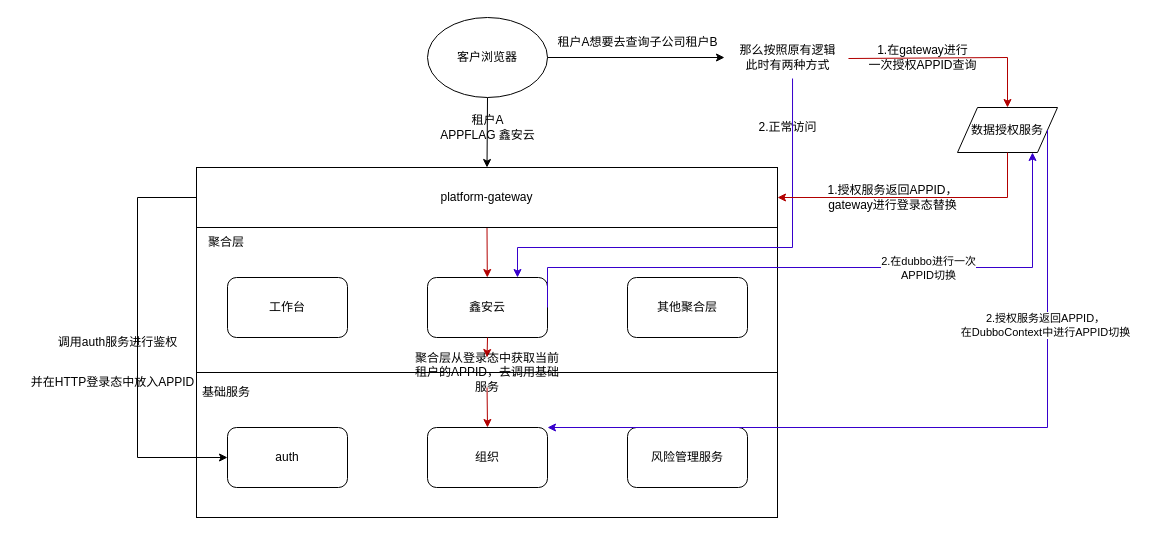
Rain-ziyu/img keeps this draw.io diagram as 两种跨租户跨应用读取数据的方案.drawio. Above is the earlier version. Source tidied: cells renumbered, new cells numbered last; positions are measured from the earlier drawing's top-left corner, leaving out a move shared by most shapes. Both pictures are drawn from the tidied source at 100%, with x=0, y=0 at pixel (17, 17).
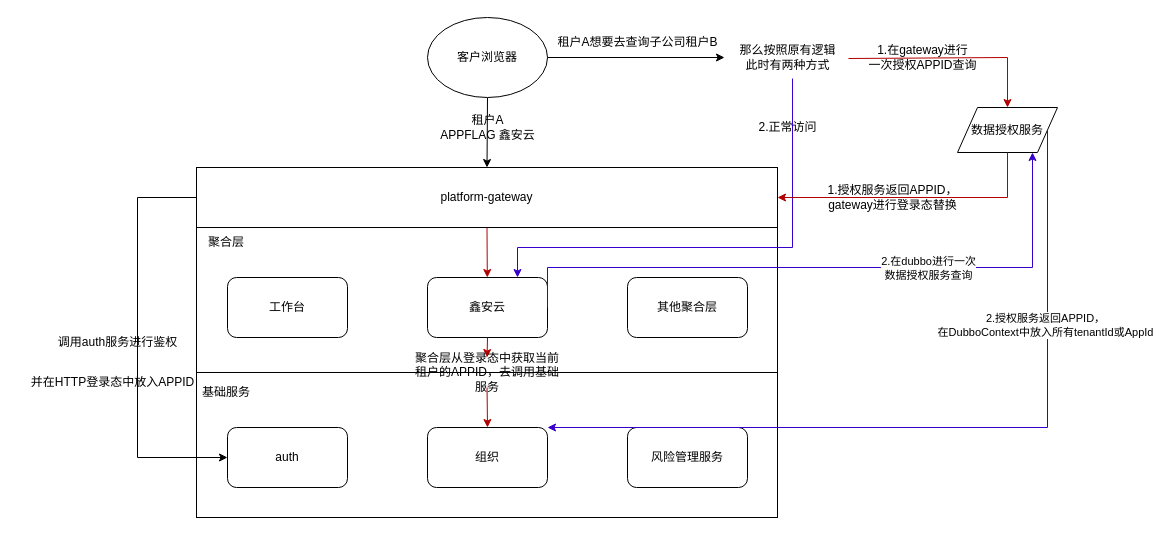
The same diagram, later.

Commit message:
更新两种跨租户跨应用读取数据的方案.drawio

Unchanged cells that the change refers to:
```xml
<mxCell id="34" style="endArrow=classic;html=1;rounded=0;exitX=1;exitY=0.5;exitDx=0;exitDy=0;entryX=0.75;entryY=1;entryDx=0;entryDy=0;fillColor=#6a00ff;strokeColor=#3700CC;" parent="1" edge="1" source="7" target="31">
  <mxGeometry relative="1" as="geometry">
    <Array as="points">
      <mxPoint x="530" y="250" />
      <mxPoint x="1015" y="250" />
    </Array>
  </mxGeometry>
</mxCell>
<mxCell id="36" style="endArrow=classic;html=1;rounded=0;exitX=1;exitY=0.5;exitDx=0;exitDy=0;entryX=1;entryY=0;entryDx=0;entryDy=0;fillColor=#6a00ff;strokeColor=#3700CC;" parent="1" edge="1" source="31" target="10">
  <mxGeometry relative="1" as="geometry">
    <Array as="points">
      <mxPoint x="1030" y="410" />
    </Array>
  </mxGeometry>
</mxCell>
```

The edit, as a diff of the source:
```diff
@@
-    <mxCell id="35" value="2.在dubbo进行一次&lt;div&gt;APPID切换&lt;/div&gt;" style="edgeLabel;html=1;align=center;verticalAlign=middle;" parent="34" vertex="1">
+    <mxCell id="35" value="2.在dubbo进行一次&lt;div&gt;数据授权服务查询&lt;/div&gt;" style="edgeLabel;html=1;align=center;verticalAlign=middle;" parent="34" vertex="1">
       <mxGeometry x="-0.36" relative="1" as="geometry">
         <mxPoint x="215" as="offset" />
       </mxGeometry>
     </mxCell>
@@
-    <mxCell id="37" value="2.授权服务返回APPID，&lt;div&gt;在DubboContext中进行APPID切换&lt;/div&gt;" style="edgeLabel;html=1;align=center;verticalAlign=middle;" parent="36" vertex="1">
+    <mxCell id="37" value="2.授权服务返回APPID，&lt;div&gt;在DubboContext中放入所有tenantId或AppId&lt;/div&gt;" style="edgeLabel;html=1;align=center;verticalAlign=middle;" parent="36" vertex="1">
       <mxGeometry x="-0.51" y="-3" relative="1" as="geometry" />
     </mxCell>
```
